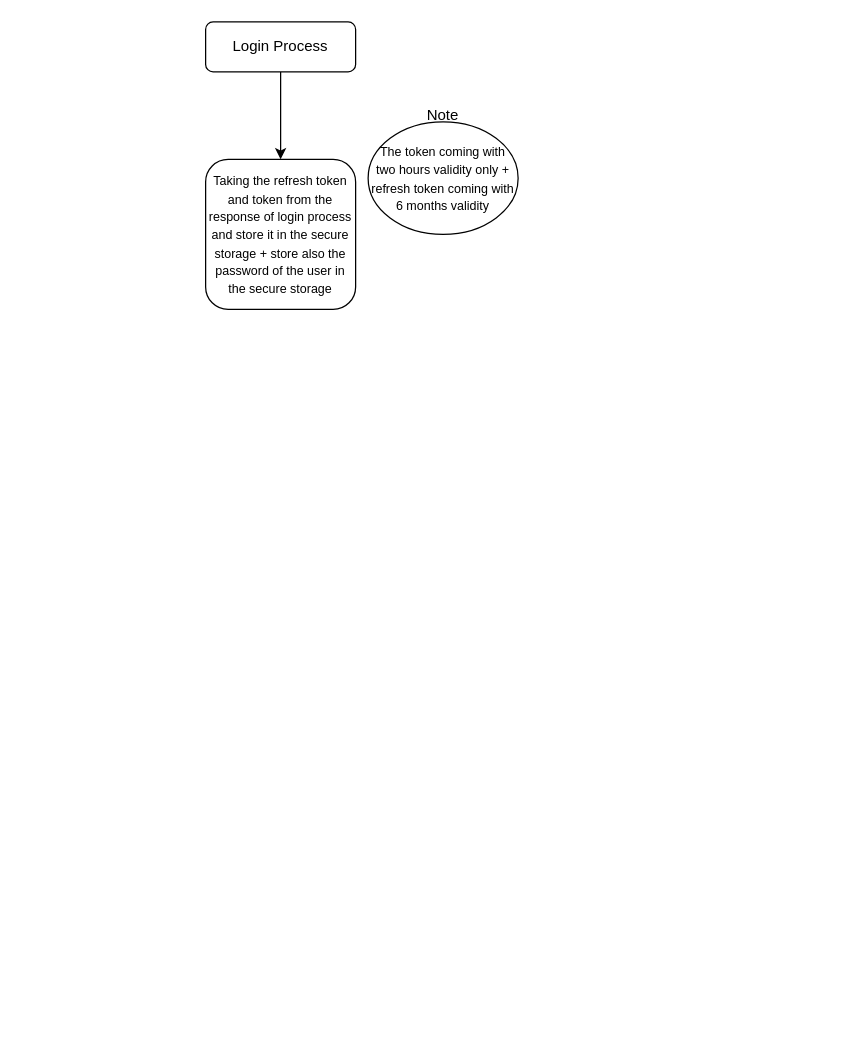
Before: NLogAPI/Untitled Diagram.drawio in NadimAttar-developer/NLog, a draw.io diagram. Source tidied: cells renumbered, new cells numbered last; positions are measured from the earlier drawing's top-left corner, leaving out a move shared by most shapes. Both pictures are drawn from the tidied source at 125%, with x=0, y=0 at pixel (205, 21).
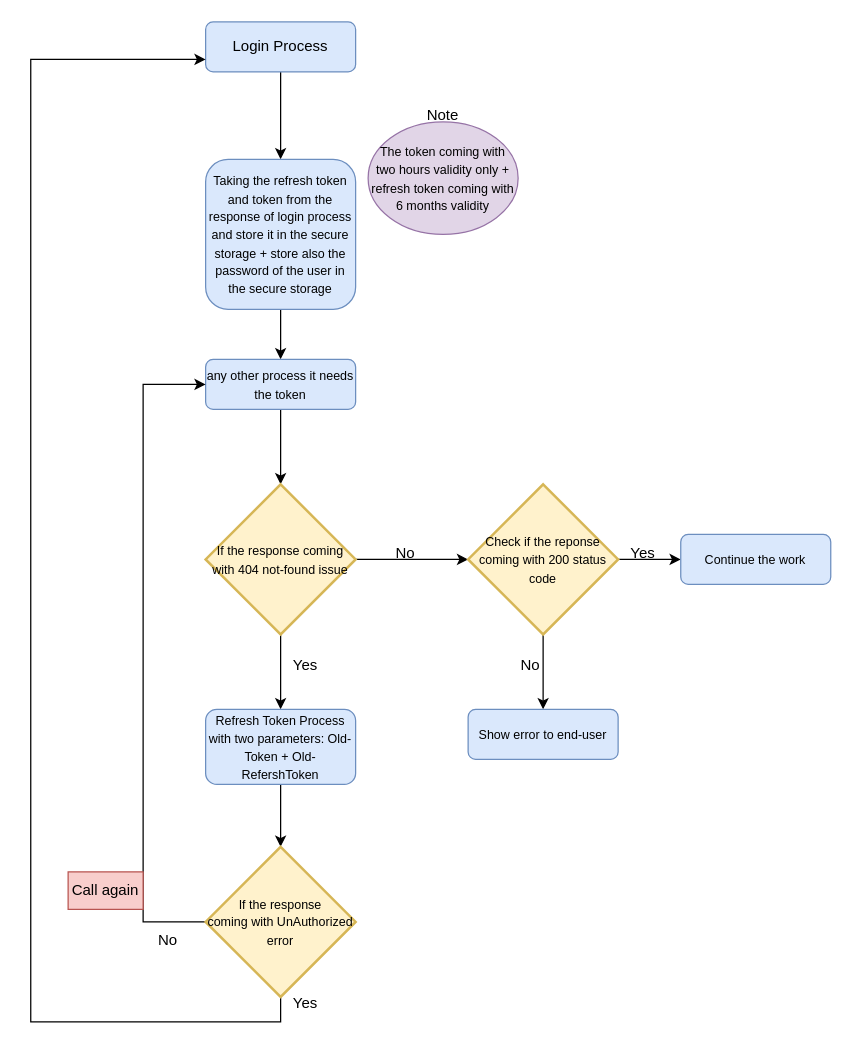
The same diagram, later.

What changed in the source:
```diff
@@
-    <mxCell id="3" value="Login Process" style="rounded=1;whiteSpace=wrap;html=1;fontSize=12;glass=0;strokeWidth=1;shadow=0;" parent="1" vertex="1">
+    <mxCell id="3" value="Login Process" style="rounded=1;whiteSpace=wrap;html=1;fontSize=12;glass=0;strokeWidth=1;shadow=0;fillColor=#dae8fc;strokeColor=#6c8ebf;" parent="1" vertex="1">
       <mxGeometry width="120" height="40" as="geometry" />
     </mxCell>
+    <mxCell id="7" style="edgeStyle=orthogonalEdgeStyle;rounded=0;jettySize=auto;html=1;" parent="1" edge="1" source="4" target="9">
+      <mxGeometry relative="1" as="geometry" />
+    </mxCell>
-    <mxCell id="4" value="&lt;font style=&quot;font-size: 10px;&quot;&gt;Taking the refresh token and token from the response of login process and store it in the secure storage + store also the password of the user in the secure storage&lt;/font&gt;" style="rounded=1;whiteSpace=wrap;html=1;fontSize=12;glass=0;strokeWidth=1;shadow=0;" parent="1" vertex="1">
+    <mxCell id="4" value="&lt;font style=&quot;font-size: 10px;&quot;&gt;Taking the refresh token and token from the response of login process and store it in the secure storage + store also the password of the user in the secure storage&lt;/font&gt;" style="rounded=1;whiteSpace=wrap;html=1;fontSize=12;glass=0;strokeWidth=1;shadow=0;fillColor=#dae8fc;strokeColor=#6c8ebf;" parent="1" vertex="1">
       <mxGeometry y="110" width="120" height="120" as="geometry" />
     </mxCell>
-    <mxCell id="5" value="&lt;font style=&quot;font-size: 10px;&quot;&gt;The token coming with two hours validity only + refresh token coming with 6 months validity&lt;/font&gt;" style="ellipse;whiteSpace=wrap;html=1;" parent="1" vertex="1">
+    <mxCell id="5" value="&lt;font style=&quot;font-size: 10px;&quot;&gt;The token coming with two hours validity only + refresh token coming with 6 months validity&lt;/font&gt;" style="ellipse;whiteSpace=wrap;html=1;fillColor=#e1d5e7;strokeColor=#9673a6;" parent="1" vertex="1">
       <mxGeometry x="130" y="80" width="120" height="90" as="geometry" />
     </mxCell>
@@
+    <mxCell id="8" style="edgeStyle=orthogonalEdgeStyle;rounded=0;jettySize=auto;html=1;" parent="1" edge="1" source="9" target="12">
+      <mxGeometry relative="1" as="geometry" />
+    </mxCell>
+    <mxCell id="9" value="&lt;font style=&quot;font-size: 10px;&quot;&gt;any other process it needs the token&lt;/font&gt;" style="rounded=1;whiteSpace=wrap;html=1;fontSize=12;glass=0;strokeWidth=1;shadow=0;fillColor=#dae8fc;strokeColor=#6c8ebf;" parent="1" vertex="1">
+      <mxGeometry y="270" width="120" height="40" as="geometry" />
+    </mxCell>
+    <mxCell id="10" style="edgeStyle=orthogonalEdgeStyle;rounded=0;jettySize=auto;html=1;" parent="1" edge="1" source="12" target="15">
+      <mxGeometry relative="1" as="geometry" />
+    </mxCell>
+    <mxCell id="11" style="edgeStyle=orthogonalEdgeStyle;rounded=0;jettySize=auto;html=1;" parent="1" edge="1" source="12" target="22">
+      <mxGeometry relative="1" as="geometry" />
+    </mxCell>
+    <mxCell id="12" value="&lt;font style=&quot;font-size: 10px;&quot;&gt;If the response coming with 404 not-found issue&lt;/font&gt;" style="strokeWidth=2;html=1;shape=mxgraph.flowchart.decision;whiteSpace=wrap;fillColor=#fff2cc;strokeColor=#d6b656;" parent="1" vertex="1">
+      <mxGeometry y="370" width="120" height="120" as="geometry" />
+    </mxCell>
+    <mxCell id="13" style="edgeStyle=orthogonalEdgeStyle;rounded=0;jettySize=auto;html=1;" parent="1" edge="1" source="15" target="17">
+      <mxGeometry relative="1" as="geometry" />
+    </mxCell>
+    <mxCell id="14" style="edgeStyle=orthogonalEdgeStyle;rounded=0;jettySize=auto;html=1;" parent="1" edge="1" source="15" target="19">
+      <mxGeometry relative="1" as="geometry" />
+    </mxCell>
+    <mxCell id="15" value="&lt;font style=&quot;font-size: 10px;&quot;&gt;Check if the reponse coming with 200 status code&lt;/font&gt;" style="strokeWidth=2;html=1;shape=mxgraph.flowchart.decision;whiteSpace=wrap;fillColor=#fff2cc;strokeColor=#d6b656;" parent="1" vertex="1">
+      <mxGeometry x="210" y="370" width="120" height="120" as="geometry" />
+    </mxCell>
+    <mxCell id="16" value="No" style="text;html=1;strokeColor=none;fillColor=none;align=center;verticalAlign=middle;whiteSpace=wrap;rounded=0;" parent="1" vertex="1">
+      <mxGeometry x="130" y="410" width="60" height="30" as="geometry" />
+    </mxCell>
+    <mxCell id="17" value="&lt;font style=&quot;font-size: 10px;&quot;&gt;Continue the work&lt;/font&gt;" style="rounded=1;whiteSpace=wrap;html=1;fontSize=12;glass=0;strokeWidth=1;shadow=0;fillColor=#dae8fc;strokeColor=#6c8ebf;" parent="1" vertex="1">
+      <mxGeometry x="380.1" y="410" width="120" height="40" as="geometry" />
+    </mxCell>
+    <mxCell id="18" value="Yes" style="text;html=1;strokeColor=none;fillColor=none;align=center;verticalAlign=middle;whiteSpace=wrap;rounded=0;" parent="1" vertex="1">
+      <mxGeometry x="320.1" y="400" width="60" height="50" as="geometry" />
+    </mxCell>
+    <mxCell id="19" value="&lt;font style=&quot;font-size: 10px;&quot;&gt;Show error to end-user&lt;/font&gt;" style="rounded=1;whiteSpace=wrap;html=1;fontSize=12;glass=0;strokeWidth=1;shadow=0;fillColor=#dae8fc;strokeColor=#6c8ebf;" parent="1" vertex="1">
+      <mxGeometry x="210" y="550" width="120" height="40" as="geometry" />
+    </mxCell>
+    <mxCell id="20" value="No" style="text;html=1;strokeColor=none;fillColor=none;align=center;verticalAlign=middle;whiteSpace=wrap;rounded=0;" parent="1" vertex="1">
+      <mxGeometry x="230" y="500" width="60" height="30" as="geometry" />
+    </mxCell>
+    <mxCell id="21" style="edgeStyle=orthogonalEdgeStyle;rounded=0;jettySize=auto;html=1;" parent="1" edge="1" source="22" target="25">
+      <mxGeometry relative="1" as="geometry" />
+    </mxCell>
+    <mxCell id="22" value="&lt;span style=&quot;font-size: 10px;&quot;&gt;Refresh Token Process with two parameters: Old-Token + Old-RefershToken&lt;/span&gt;" style="rounded=1;whiteSpace=wrap;html=1;fontSize=12;glass=0;strokeWidth=1;shadow=0;fillColor=#dae8fc;strokeColor=#6c8ebf;" parent="1" vertex="1">
+      <mxGeometry y="550" width="120" height="60" as="geometry" />
+    </mxCell>
+    <mxCell id="23" style="edgeStyle=orthogonalEdgeStyle;rounded=0;jettySize=auto;html=1;exitX=0;exitY=0.5;exitDx=0;exitDy=0;exitPerimeter=0;entryX=0;entryY=0.5;entryDx=0;entryDy=0;" parent="1" edge="1" source="25" target="9">
+      <mxGeometry relative="1" as="geometry">
+        <Array as="points">
+          <mxPoint x="-50" y="720" />
+          <mxPoint x="-50" y="290" />
+        </Array>
+      </mxGeometry>
+    </mxCell>
+    <mxCell id="24" style="edgeStyle=orthogonalEdgeStyle;rounded=0;jettySize=auto;html=1;exitX=0.5;exitY=1;exitDx=0;exitDy=0;exitPerimeter=0;entryX=0;entryY=0.75;entryDx=0;entryDy=0;" parent="1" edge="1" source="25" target="3">
+      <mxGeometry relative="1" as="geometry">
+        <Array as="points">
+          <mxPoint x="60" y="800" />
+          <mxPoint x="-139.9" y="800" />
+          <mxPoint x="-139.9" y="30" />
+        </Array>
+      </mxGeometry>
+    </mxCell>
+    <mxCell id="25" value="&lt;font style=&quot;font-size: 10px;&quot;&gt;If the response &lt;br&gt;coming with UnAuthorized &lt;br&gt;error&lt;/font&gt;" style="strokeWidth=2;html=1;shape=mxgraph.flowchart.decision;whiteSpace=wrap;fillColor=#fff2cc;strokeColor=#d6b656;" parent="1" vertex="1">
+      <mxGeometry y="660" width="120" height="120" as="geometry" />
+    </mxCell>
+    <mxCell id="26" value="Call again" style="text;html=1;strokeColor=#b85450;fillColor=#f8cecc;align=center;verticalAlign=middle;whiteSpace=wrap;rounded=0;" parent="1" vertex="1">
+      <mxGeometry x="-110" y="680" width="60" height="30" as="geometry" />
+    </mxCell>
+    <mxCell id="27" value="No" style="text;html=1;strokeColor=none;fillColor=none;align=center;verticalAlign=middle;whiteSpace=wrap;rounded=0;" parent="1" vertex="1">
+      <mxGeometry x="-60" y="720" width="60" height="30" as="geometry" />
+    </mxCell>
+    <mxCell id="28" value="Yes" style="text;html=1;strokeColor=none;fillColor=none;align=center;verticalAlign=middle;whiteSpace=wrap;rounded=0;" parent="1" vertex="1">
+      <mxGeometry x="50" y="770" width="60" height="30" as="geometry" />
+    </mxCell>
+    <mxCell id="29" value="Yes" style="text;html=1;strokeColor=none;fillColor=none;align=center;verticalAlign=middle;whiteSpace=wrap;rounded=0;" parent="1" vertex="1">
+      <mxGeometry x="50" y="490" width="60" height="50" as="geometry" />
+    </mxCell>
```
